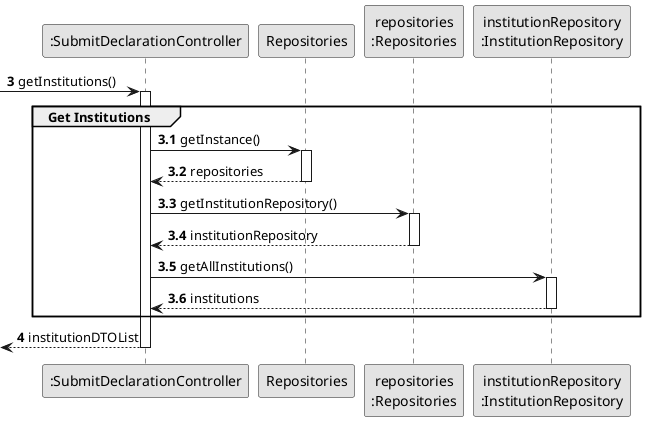
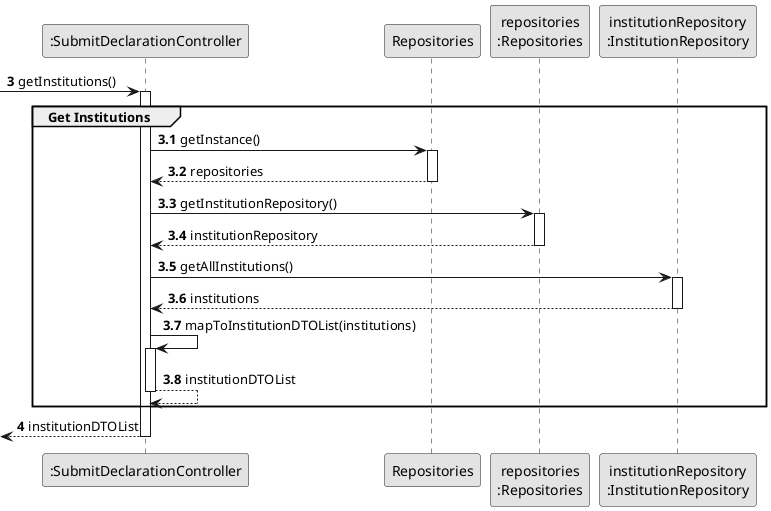
@startuml US006-SD-partial-get-institutions
skinparam monochrome true
skinparam packageStyle rectangle
skinparam shadowing false

participant ":SubmitDeclarationController" as CTRL
participant "Repositories" as REPOS
participant "repositories\n:Repositories" as REPOS_SINGLETON
participant "institutionRepository\n:InstitutionRepository" as INST_REPO

autonumber 3
-> CTRL : getInstitutions()

autonumber 3.1
activate CTRL

    group Get Institutions

        CTRL -> REPOS : getInstance()
        activate REPOS
            REPOS --> CTRL : repositories
        deactivate REPOS

        CTRL -> REPOS_SINGLETON : getInstitutionRepository()
        activate REPOS_SINGLETON
            REPOS_SINGLETON --> CTRL : institutionRepository
        deactivate REPOS_SINGLETON

        CTRL -> INST_REPO : getAllInstitutions()
        activate INST_REPO
            INST_REPO --> CTRL : institutions
        deactivate INST_REPO

+         CTRL -> CTRL : mapToInstitutionDTOList(institutions)
+         activate CTRL
+             CTRL --> CTRL : institutionDTOList
+         deactivate CTRL
+ 
    end

    autonumber 4
    <-- CTRL : institutionDTOList

deactivate CTRL

- @enduml+ @enduml
